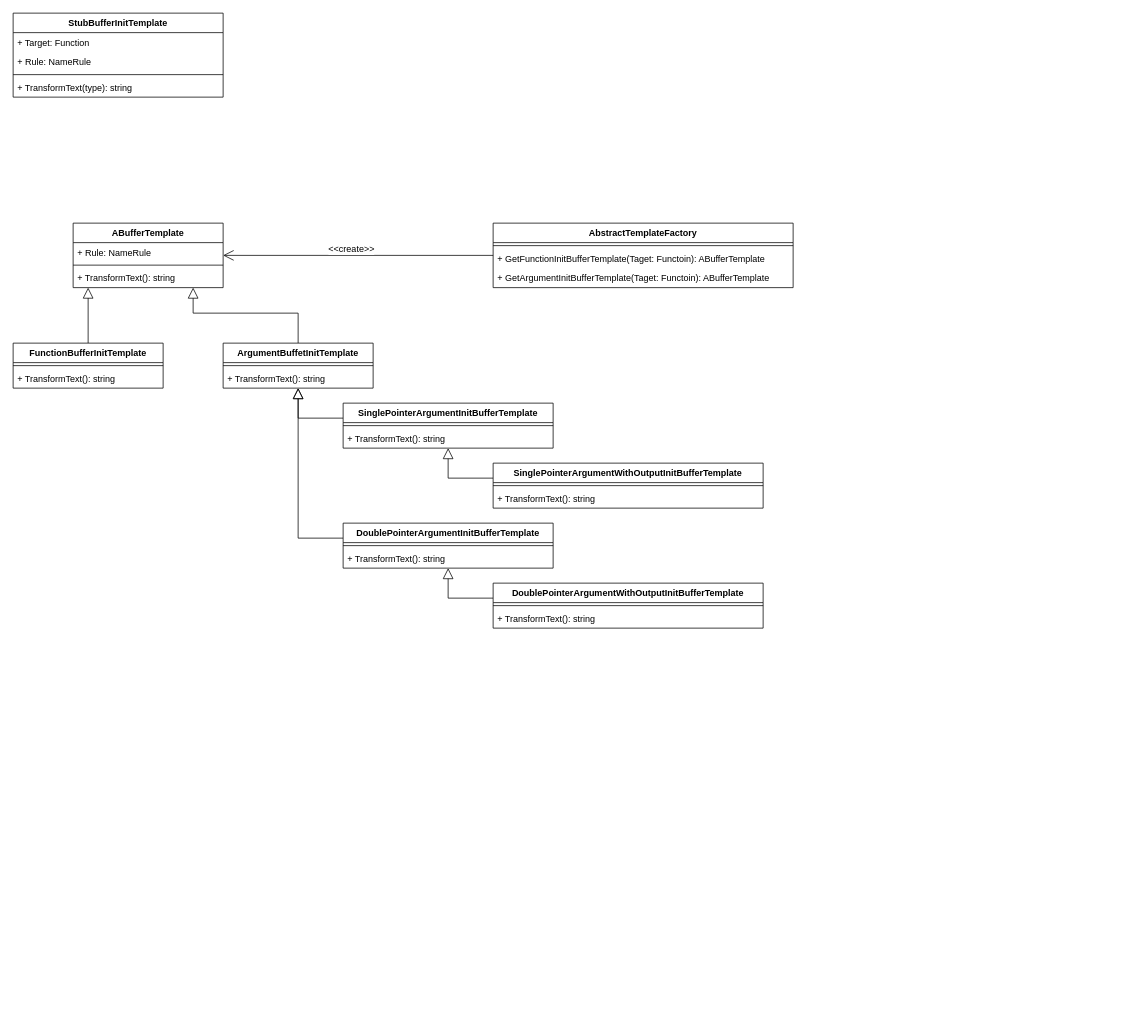
The draw.io diagram page "StubBufferInitTemplate(クラス図)" (8 of 9) of doc/design/AutoTestPrep_StubCodeGenerator.drawio in CountrySideEngineer/AutoTestPrep, before the edit. Source tidied: cells renumbered, new cells numbered last; positions are measured from the earlier drawing's top-left corner, leaving out a move shared by most shapes. Both pictures are drawn from the tidied source at 75%, with x=0, y=0 at pixel (13, 13).
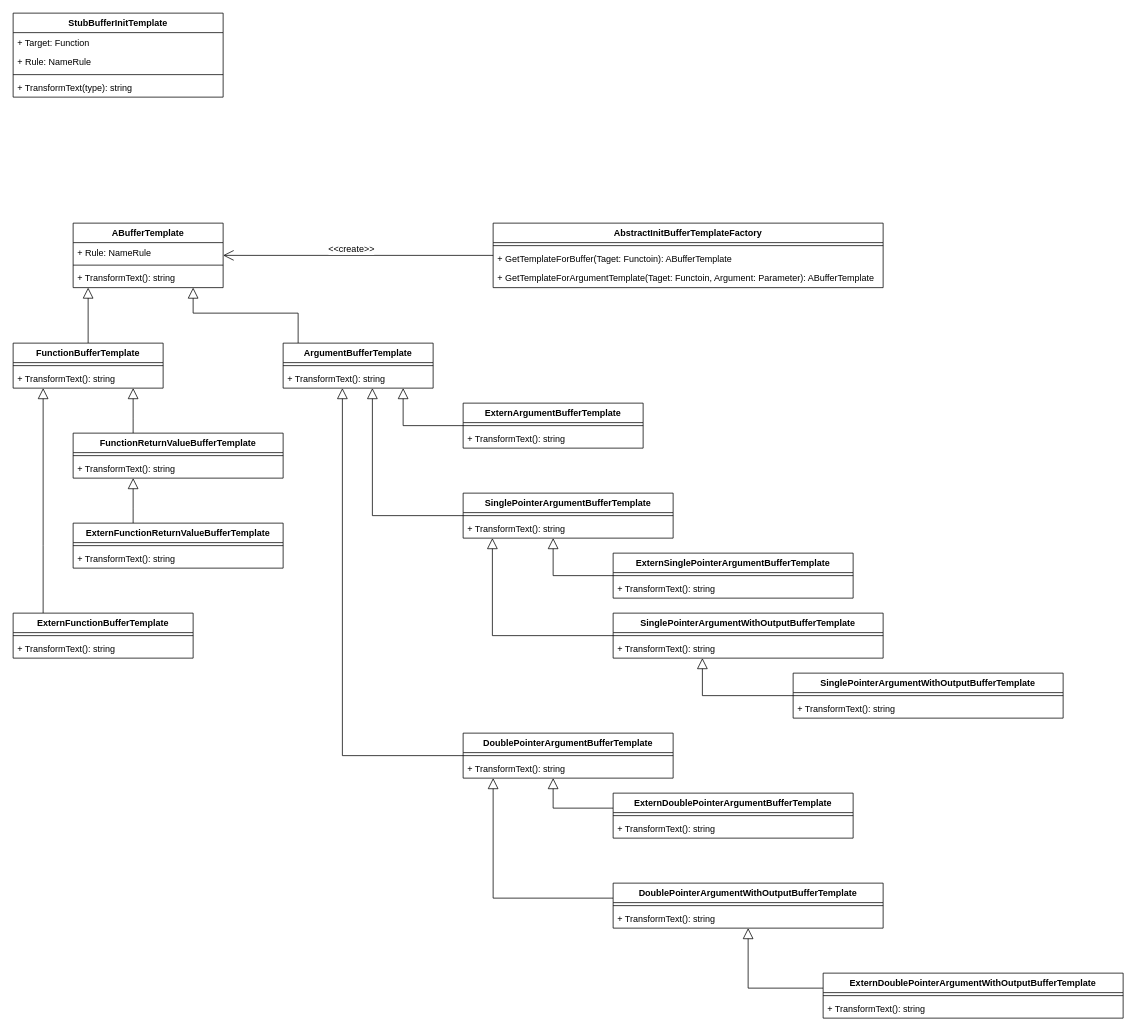
The same page after the edit.

What changed in the source:
```diff
@@
-    <mxCell id="13" value="AbstractTemplateFactory" style="swimlane;fontStyle=1;align=center;verticalAlign=top;horizontal=1;startSize=26;" parent="1" vertex="1">
-      <mxGeometry x="640" y="280" width="400" height="86" as="geometry" />
+    <mxCell id="13" value="AbstractInitBufferTemplateFactory" style="swimlane;fontStyle=1;align=center;verticalAlign=top;horizontal=1;startSize=26;" parent="1" vertex="1">
+      <mxGeometry x="640" y="280" width="520" height="86" as="geometry" />
     </mxCell>
     <mxCell id="14" style="line;strokeWidth=1;fillColor=none;align=left;verticalAlign=middle;spacingTop=-1;spacingLeft=3;spacingRight=3;labelPosition=right;" parent="13" vertex="1">
-      <mxGeometry y="26" width="400" height="8" as="geometry" />
+      <mxGeometry y="26" width="520" height="8" as="geometry" />
     </mxCell>
-    <mxCell id="15" value="+ GetFunctionInitBufferTemplate(Taget: Functoin): ABufferTemplate" style="text;strokeColor=none;fillColor=none;align=left;verticalAlign=top;spacingLeft=4;spacingRight=4;overflow=hidden;" parent="13" vertex="1">
-      <mxGeometry y="34" width="400" height="26" as="geometry" />
-    </mxCell>
-    <mxCell id="16" value="+ GetArgumentInitBufferTemplate(Taget: Functoin): ABufferTemplate" style="text;strokeColor=none;fillColor=none;align=left;verticalAlign=top;spacingLeft=4;spacingRight=4;overflow=hidden;" parent="13" vertex="1">
-      <mxGeometry y="60" width="400" height="26" as="geometry" />
-    </mxCell>
+    <mxCell id="41" value="+ GetTemplateForBuffer(Taget: Functoin): ABufferTemplate" style="text;strokeColor=none;fillColor=none;align=left;verticalAlign=top;spacingLeft=4;spacingRight=4;overflow=hidden;" parent="13" vertex="1">
+      <mxGeometry y="34" width="520" height="26" as="geometry" />
+    </mxCell>
+    <mxCell id="42" value="+ GetTemplateForArgumentTemplate(Taget: Functoin, Argument: Parameter): ABufferTemplate" style="text;strokeColor=none;fillColor=none;align=left;verticalAlign=top;spacingLeft=4;spacingRight=4;overflow=hidden;" parent="13" vertex="1">
+      <mxGeometry y="60" width="520" height="26" as="geometry" />
+    </mxCell>
@@
-    <mxCell id="18" value="FunctionBufferInitTemplate" style="swimlane;fontStyle=1;align=center;verticalAlign=top;horizontal=1;startSize=26;" parent="1" vertex="1">
+    <mxCell id="18" value="FunctionBufferTemplate" style="swimlane;fontStyle=1;align=center;verticalAlign=top;horizontal=1;startSize=26;" parent="1" vertex="1">
       <mxGeometry y="440" width="200" height="60" as="geometry" />
     </mxCell>
@@
-    <mxCell id="22" value="ArgumentBuffetInitTemplate" style="swimlane;fontStyle=1;align=center;verticalAlign=top;horizontal=1;startSize=26;" parent="1" vertex="1">
-      <mxGeometry x="280" y="440" width="200" height="60" as="geometry" />
+    <mxCell id="22" value="ArgumentBufferTemplate" style="swimlane;fontStyle=1;align=center;verticalAlign=top;horizontal=1;startSize=26;" parent="1" vertex="1">
+      <mxGeometry x="360" y="440" width="200" height="60" as="geometry" />
     </mxCell>
@@
     <mxCell id="25" style="edgeStyle=orthogonalEdgeStyle;rounded=0;jettySize=auto;html=1;endArrow=block;endFill=0;endSize=12;" parent="1" edge="1" source="26" target="22">
       <mxGeometry relative="1" as="geometry">
         <Array as="points">
-          <mxPoint x="380" y="540" />
+          <mxPoint x="479" y="670" />
         </Array>
       </mxGeometry>
     </mxCell>
-    <mxCell id="26" value="SinglePointerArgumentInitBufferTemplate" style="swimlane;fontStyle=1;align=center;verticalAlign=top;horizontal=1;startSize=26;" parent="1" vertex="1">
-      <mxGeometry x="440" y="520" width="280" height="60" as="geometry" />
+    <mxCell id="26" value="SinglePointerArgumentBufferTemplate" style="swimlane;fontStyle=1;align=center;verticalAlign=top;horizontal=1;startSize=26;" parent="1" vertex="1">
+      <mxGeometry x="600" y="640" width="280" height="60" as="geometry" />
     </mxCell>
@@
     <mxCell id="29" style="edgeStyle=orthogonalEdgeStyle;rounded=0;jettySize=auto;html=1;endArrow=block;endFill=0;endSize=12;" parent="1" edge="1" source="30" target="22">
       <mxGeometry relative="1" as="geometry">
         <Array as="points">
-          <mxPoint x="380" y="700" />
+          <mxPoint x="439" y="990" />
         </Array>
       </mxGeometry>
     </mxCell>
-    <mxCell id="30" value="DoublePointerArgumentInitBufferTemplate" style="swimlane;fontStyle=1;align=center;verticalAlign=top;horizontal=1;startSize=26;" parent="1" vertex="1">
-      <mxGeometry x="440" y="680" width="280" height="60" as="geometry" />
+    <mxCell id="30" value="DoublePointerArgumentBufferTemplate" style="swimlane;fontStyle=1;align=center;verticalAlign=top;horizontal=1;startSize=26;" parent="1" vertex="1">
+      <mxGeometry x="600" y="960" width="280" height="60" as="geometry" />
     </mxCell>
@@
     <mxCell id="33" style="edgeStyle=orthogonalEdgeStyle;rounded=0;jettySize=auto;html=1;endArrow=block;endFill=0;endSize=12;" parent="1" edge="1" source="34" target="26">
       <mxGeometry relative="1" as="geometry">
         <Array as="points">
-          <mxPoint x="580" y="620" />
+          <mxPoint x="639" y="830" />
         </Array>
       </mxGeometry>
     </mxCell>
-    <mxCell id="34" value="SinglePointerArgumentWithOutputInitBufferTemplate" style="swimlane;fontStyle=1;align=center;verticalAlign=top;horizontal=1;startSize=26;" parent="1" vertex="1">
-      <mxGeometry x="640" y="600" width="360" height="60" as="geometry" />
+    <mxCell id="34" value="SinglePointerArgumentWithOutputBufferTemplate" style="swimlane;fontStyle=1;align=center;verticalAlign=top;horizontal=1;startSize=26;" parent="1" vertex="1">
+      <mxGeometry x="800" y="800" width="360" height="60" as="geometry" />
     </mxCell>
@@
     <mxCell id="37" style="edgeStyle=orthogonalEdgeStyle;rounded=0;jettySize=auto;html=1;endArrow=block;endFill=0;endSize=12;" parent="1" edge="1" source="38" target="30">
       <mxGeometry relative="1" as="geometry">
         <Array as="points">
-          <mxPoint x="580" y="780" />
+          <mxPoint x="640" y="1180" />
         </Array>
       </mxGeometry>
     </mxCell>
-    <mxCell id="38" value="DoublePointerArgumentWithOutputInitBufferTemplate" style="swimlane;fontStyle=1;align=center;verticalAlign=top;horizontal=1;startSize=26;" parent="1" vertex="1">
-      <mxGeometry x="640" y="760" width="360" height="60" as="geometry" />
+    <mxCell id="38" value="DoublePointerArgumentWithOutputBufferTemplate" style="swimlane;fontStyle=1;align=center;verticalAlign=top;horizontal=1;startSize=26;" parent="1" vertex="1">
+      <mxGeometry x="800" y="1160" width="360" height="60" as="geometry" />
     </mxCell>
@@
+    <mxCell id="43" style="edgeStyle=orthogonalEdgeStyle;rounded=0;jettySize=auto;html=1;endArrow=block;endFill=0;strokeWidth=1;endSize=12;" parent="1" edge="1" source="44" target="18">
+      <mxGeometry relative="1" as="geometry">
+        <Array as="points">
+          <mxPoint x="160" y="540" />
+          <mxPoint x="160" y="540" />
+        </Array>
+      </mxGeometry>
+    </mxCell>
+    <mxCell id="44" value="FunctionReturnValueBufferTemplate" style="swimlane;fontStyle=1;align=center;verticalAlign=top;horizontal=1;startSize=26;" parent="1" vertex="1">
+      <mxGeometry x="80" y="560" width="280" height="60" as="geometry" />
+    </mxCell>
+    <mxCell id="45" style="line;strokeWidth=1;fillColor=none;align=left;verticalAlign=middle;spacingTop=-1;spacingLeft=3;spacingRight=3;labelPosition=right;" parent="44" vertex="1">
+      <mxGeometry y="26" width="280" height="8" as="geometry" />
+    </mxCell>
+    <mxCell id="46" value="+ TransformText(): string" style="text;strokeColor=none;fillColor=none;align=left;verticalAlign=top;spacingLeft=4;spacingRight=4;overflow=hidden;" parent="44" vertex="1">
+      <mxGeometry y="34" width="280" height="26" as="geometry" />
+    </mxCell>
+    <mxCell id="47" style="edgeStyle=orthogonalEdgeStyle;rounded=0;jettySize=auto;html=1;endArrow=block;endFill=0;endSize=12;" parent="1" edge="1" source="48" target="18">
+      <mxGeometry relative="1" as="geometry">
+        <Array as="points">
+          <mxPoint x="40" y="710" />
+          <mxPoint x="40" y="710" />
+        </Array>
+      </mxGeometry>
+    </mxCell>
+    <mxCell id="48" value="ExternFunctionBufferTemplate" style="swimlane;fontStyle=1;align=center;verticalAlign=top;horizontal=1;startSize=26;" parent="1" vertex="1">
+      <mxGeometry y="800" width="240" height="60" as="geometry" />
+    </mxCell>
+    <mxCell id="49" style="line;strokeWidth=1;fillColor=none;align=left;verticalAlign=middle;spacingTop=-1;spacingLeft=3;spacingRight=3;labelPosition=right;" parent="48" vertex="1">
+      <mxGeometry y="26" width="240" height="8" as="geometry" />
+    </mxCell>
+    <mxCell id="50" value="+ TransformText(): string" style="text;strokeColor=none;fillColor=none;align=left;verticalAlign=top;spacingLeft=4;spacingRight=4;overflow=hidden;" parent="48" vertex="1">
+      <mxGeometry y="34" width="240" height="26" as="geometry" />
+    </mxCell>
+    <mxCell id="51" style="edgeStyle=orthogonalEdgeStyle;rounded=0;jettySize=auto;html=1;endArrow=block;endFill=0;endSize=12;" parent="1" edge="1" source="52" target="44">
+      <mxGeometry relative="1" as="geometry">
+        <Array as="points">
+          <mxPoint x="160" y="660" />
+          <mxPoint x="160" y="660" />
+        </Array>
+      </mxGeometry>
+    </mxCell>
+    <mxCell id="52" value="ExternFunctionReturnValueBufferTemplate" style="swimlane;fontStyle=1;align=center;verticalAlign=top;horizontal=1;startSize=26;" parent="1" vertex="1">
+      <mxGeometry x="80" y="680" width="280" height="60" as="geometry" />
+    </mxCell>
+    <mxCell id="53" style="line;strokeWidth=1;fillColor=none;align=left;verticalAlign=middle;spacingTop=-1;spacingLeft=3;spacingRight=3;labelPosition=right;" parent="52" vertex="1">
+      <mxGeometry y="26" width="280" height="8" as="geometry" />
+    </mxCell>
+    <mxCell id="54" value="+ TransformText(): string" style="text;strokeColor=none;fillColor=none;align=left;verticalAlign=top;spacingLeft=4;spacingRight=4;overflow=hidden;" parent="52" vertex="1">
+      <mxGeometry y="34" width="280" height="26" as="geometry" />
+    </mxCell>
+    <mxCell id="55" style="edgeStyle=orthogonalEdgeStyle;rounded=0;jettySize=auto;html=1;endArrow=block;endFill=0;endSize=12;" parent="1" edge="1" source="56" target="22">
+      <mxGeometry relative="1" as="geometry">
+        <Array as="points">
+          <mxPoint x="520" y="550" />
+        </Array>
+      </mxGeometry>
+    </mxCell>
+    <mxCell id="56" value="ExternArgumentBufferTemplate" style="swimlane;fontStyle=1;align=center;verticalAlign=top;horizontal=1;startSize=26;" parent="1" vertex="1">
+      <mxGeometry x="600" y="520" width="240" height="60" as="geometry" />
+    </mxCell>
+    <mxCell id="57" style="line;strokeWidth=1;fillColor=none;align=left;verticalAlign=middle;spacingTop=-1;spacingLeft=3;spacingRight=3;labelPosition=right;" parent="56" vertex="1">
+      <mxGeometry y="26" width="240" height="8" as="geometry" />
+    </mxCell>
+    <mxCell id="58" value="+ TransformText(): string" style="text;strokeColor=none;fillColor=none;align=left;verticalAlign=top;spacingLeft=4;spacingRight=4;overflow=hidden;" parent="56" vertex="1">
+      <mxGeometry y="34" width="240" height="26" as="geometry" />
+    </mxCell>
+    <mxCell id="59" style="edgeStyle=orthogonalEdgeStyle;rounded=0;jettySize=auto;html=1;endArrow=block;endFill=0;endSize=12;" parent="1" edge="1" source="60" target="26">
+      <mxGeometry relative="1" as="geometry">
+        <Array as="points">
+          <mxPoint x="720" y="750" />
+        </Array>
+      </mxGeometry>
+    </mxCell>
+    <mxCell id="60" value="ExternSinglePointerArgumentBufferTemplate" style="swimlane;fontStyle=1;align=center;verticalAlign=top;horizontal=1;startSize=26;" parent="1" vertex="1">
+      <mxGeometry x="800" y="720" width="320" height="60" as="geometry" />
+    </mxCell>
+    <mxCell id="61" style="line;strokeWidth=1;fillColor=none;align=left;verticalAlign=middle;spacingTop=-1;spacingLeft=3;spacingRight=3;labelPosition=right;" parent="60" vertex="1">
+      <mxGeometry y="26" width="320" height="8" as="geometry" />
+    </mxCell>
+    <mxCell id="62" value="+ TransformText(): string" style="text;strokeColor=none;fillColor=none;align=left;verticalAlign=top;spacingLeft=4;spacingRight=4;overflow=hidden;" parent="60" vertex="1">
+      <mxGeometry y="34" width="320" height="26" as="geometry" />
+    </mxCell>
+    <mxCell id="63" style="edgeStyle=orthogonalEdgeStyle;rounded=0;jettySize=auto;html=1;endArrow=block;endFill=0;endSize=12;" parent="1" edge="1" source="64" target="34">
+      <mxGeometry relative="1" as="geometry">
+        <Array as="points">
+          <mxPoint x="919" y="910" />
+        </Array>
+      </mxGeometry>
+    </mxCell>
+    <mxCell id="64" value="SinglePointerArgumentWithOutputBufferTemplate" style="swimlane;fontStyle=1;align=center;verticalAlign=top;horizontal=1;startSize=26;" parent="1" vertex="1">
+      <mxGeometry x="1040" y="880" width="360" height="60" as="geometry" />
+    </mxCell>
+    <mxCell id="65" style="line;strokeWidth=1;fillColor=none;align=left;verticalAlign=middle;spacingTop=-1;spacingLeft=3;spacingRight=3;labelPosition=right;" parent="64" vertex="1">
+      <mxGeometry y="26" width="360" height="8" as="geometry" />
+    </mxCell>
+    <mxCell id="66" value="+ TransformText(): string" style="text;strokeColor=none;fillColor=none;align=left;verticalAlign=top;spacingLeft=4;spacingRight=4;overflow=hidden;" parent="64" vertex="1">
+      <mxGeometry y="34" width="360" height="26" as="geometry" />
+    </mxCell>
+    <mxCell id="67" style="edgeStyle=orthogonalEdgeStyle;rounded=0;jettySize=auto;html=1;endArrow=block;endFill=0;endSize=12;" parent="1" edge="1" source="68" target="30">
+      <mxGeometry relative="1" as="geometry">
+        <Array as="points">
+          <mxPoint x="720" y="1060" />
+        </Array>
+      </mxGeometry>
+    </mxCell>
+    <mxCell id="68" value="ExternDoublePointerArgumentBufferTemplate" style="swimlane;fontStyle=1;align=center;verticalAlign=top;horizontal=1;startSize=26;" parent="1" vertex="1">
+      <mxGeometry x="800" y="1040" width="320" height="60" as="geometry" />
+    </mxCell>
+    <mxCell id="69" style="line;strokeWidth=1;fillColor=none;align=left;verticalAlign=middle;spacingTop=-1;spacingLeft=3;spacingRight=3;labelPosition=right;" parent="68" vertex="1">
+      <mxGeometry y="26" width="320" height="8" as="geometry" />
+    </mxCell>
+    <mxCell id="70" value="+ TransformText(): string" style="text;strokeColor=none;fillColor=none;align=left;verticalAlign=top;spacingLeft=4;spacingRight=4;overflow=hidden;" parent="68" vertex="1">
+      <mxGeometry y="34" width="320" height="26" as="geometry" />
+    </mxCell>
+    <mxCell id="71" style="edgeStyle=orthogonalEdgeStyle;rounded=0;jettySize=auto;html=1;endArrow=block;endFill=0;endSize=12;" parent="1" edge="1" source="72" target="38">
+      <mxGeometry relative="1" as="geometry">
+        <Array as="points">
+          <mxPoint x="980" y="1300" />
+        </Array>
+      </mxGeometry>
+    </mxCell>
+    <mxCell id="72" value="ExternDoublePointerArgumentWithOutputBufferTemplate" style="swimlane;fontStyle=1;align=center;verticalAlign=top;horizontal=1;startSize=26;" parent="1" vertex="1">
+      <mxGeometry x="1080" y="1280" width="400" height="60" as="geometry" />
+    </mxCell>
+    <mxCell id="73" style="line;strokeWidth=1;fillColor=none;align=left;verticalAlign=middle;spacingTop=-1;spacingLeft=3;spacingRight=3;labelPosition=right;" parent="72" vertex="1">
+      <mxGeometry y="26" width="400" height="8" as="geometry" />
+    </mxCell>
+    <mxCell id="74" value="+ TransformText(): string" style="text;strokeColor=none;fillColor=none;align=left;verticalAlign=top;spacingLeft=4;spacingRight=4;overflow=hidden;" parent="72" vertex="1">
+      <mxGeometry y="34" width="400" height="26" as="geometry" />
+    </mxCell>
```
